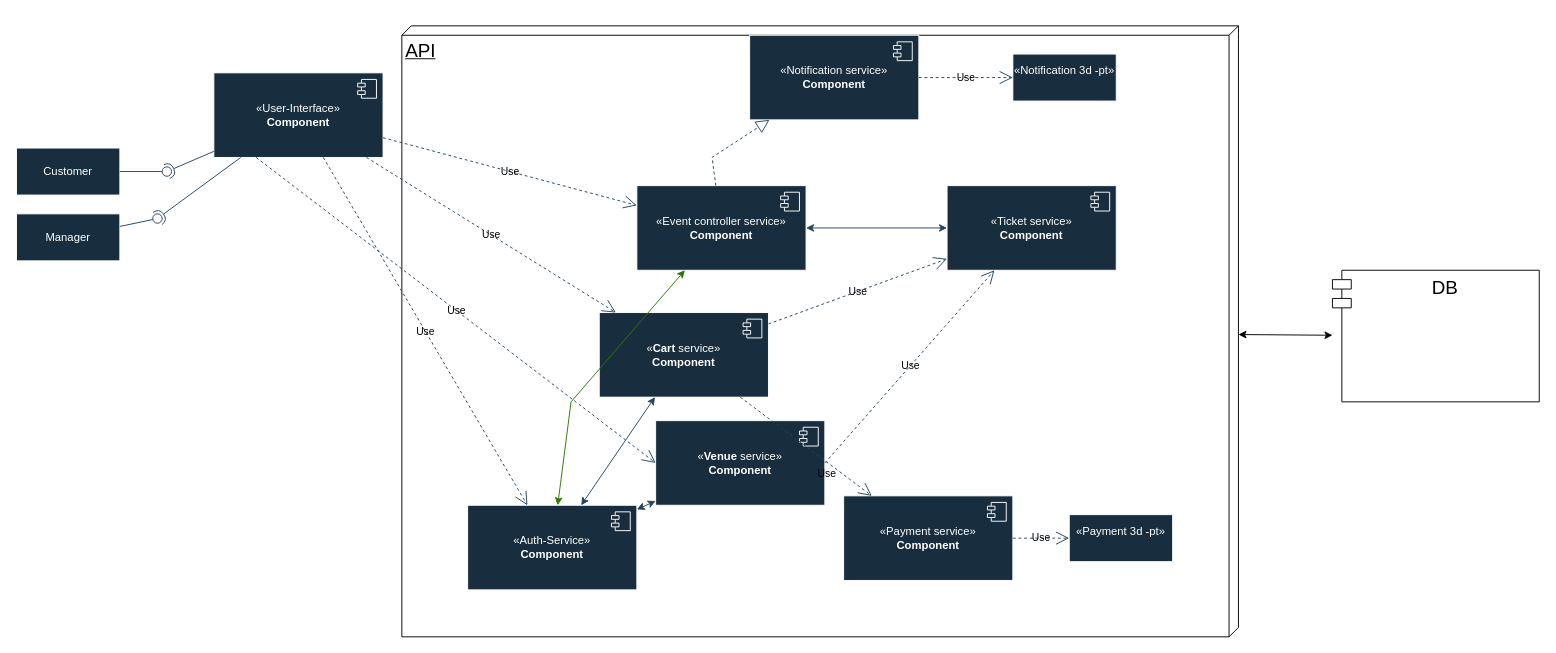
Above: componentDiagram.drawio in MykytaSin/Mentoring-ProgramDiagrams (draw.io), before the change. Source tidied: cells renumbered, new cells numbered last; positions are measured from the earlier drawing's top-left corner, leaving out a move shared by most shapes. Both pictures are drawn from the tidied source at 94%, with x=0, y=0 at pixel (16, 25).
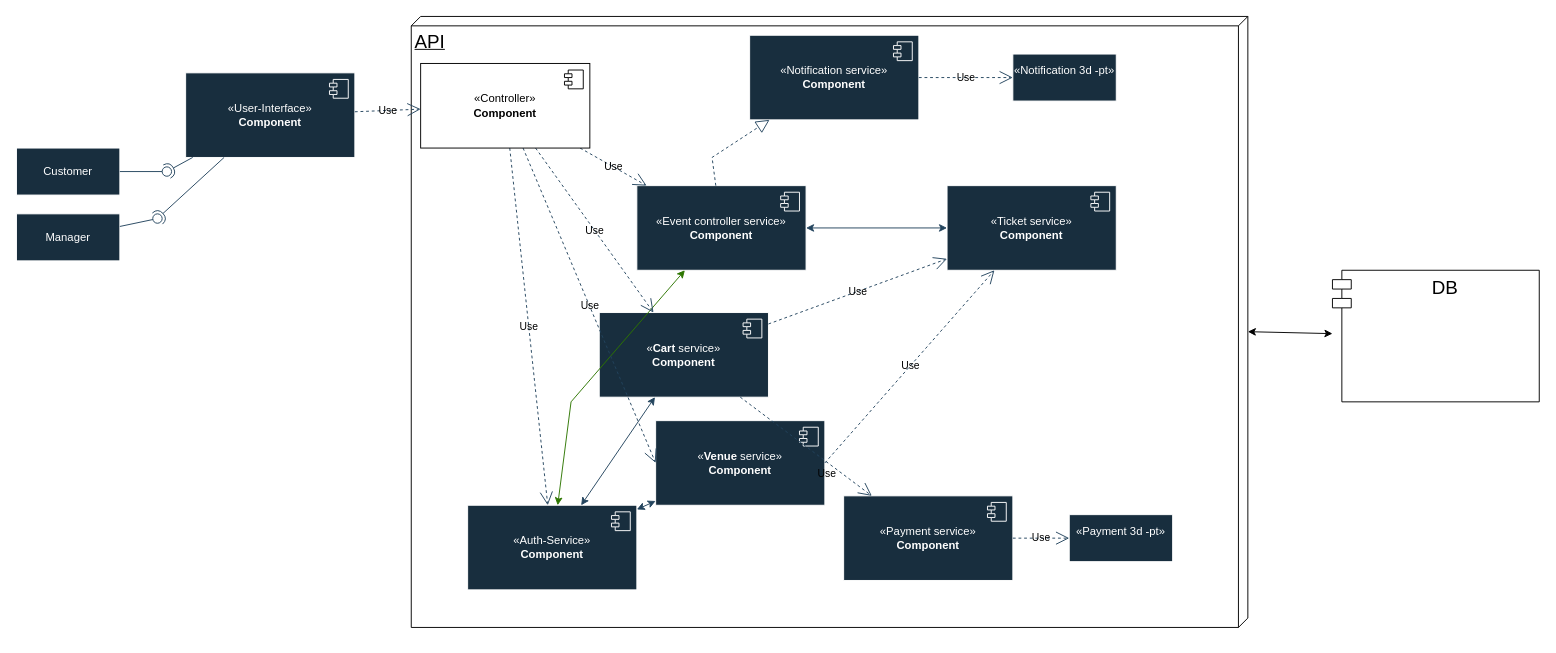
Above is the later version.

Commit message (it also covers changes not shown here):
Component diagram

The change refers to these unchanged cells:
```xml
<mxCell id="5" value="«Event controller service»&lt;br&gt;&lt;b&gt;Component&lt;/b&gt;" style="html=1;whiteSpace=wrap;labelBackgroundColor=none;fillColor=#182E3E;strokeColor=#FFFFFF;fontColor=#FFFFFF;" parent="1" vertex="1">
  <mxGeometry x="660" y="170" width="180" height="90" as="geometry" />
</mxCell>
<mxCell id="9" value="«&lt;strong&gt;Venue&lt;/strong&gt;&amp;nbsp;service»&lt;br&gt;&lt;b&gt;Component&lt;/b&gt;" style="html=1;whiteSpace=wrap;labelBackgroundColor=none;fillColor=#182E3E;strokeColor=#FFFFFF;fontColor=#FFFFFF;" parent="1" vertex="1">
  <mxGeometry x="680" y="420" width="180" height="90" as="geometry" />
</mxCell>
<mxCell id="11" value="«&lt;b&gt;Cart&amp;nbsp;&lt;/b&gt;service»&lt;br&gt;&lt;b&gt;Component&lt;/b&gt;" style="html=1;whiteSpace=wrap;labelBackgroundColor=none;fillColor=#182E3E;strokeColor=#FFFFFF;fontColor=#FFFFFF;" parent="1" vertex="1">
  <mxGeometry x="620" y="305" width="180" height="90" as="geometry" />
</mxCell>
<mxCell id="23" value="«Auth-Service»&lt;br&gt;&lt;b&gt;Component&lt;/b&gt;" style="html=1;whiteSpace=wrap;labelBackgroundColor=none;fillColor=#182E3E;strokeColor=#FFFFFF;fontColor=#FFFFFF;" parent="1" vertex="1">
  <mxGeometry x="480" y="510" width="180" height="90" as="geometry" />
</mxCell>
```

Change to the diagram source:
```diff
@@
     <mxCell id="2" value="&lt;font style=&quot;font-size: 20px;&quot;&gt;API&lt;/font&gt;" style="verticalAlign=top;align=left;spacingTop=8;spacingLeft=2;spacingRight=12;shape=cube;size=10;direction=south;fontStyle=4;html=1;whiteSpace=wrap;" parent="1" vertex="1">
-      <mxGeometry x="410" width="890" height="650" as="geometry" />
+      <mxGeometry x="420" y="-10" width="890" height="650" as="geometry" />
     </mxCell>
     <mxCell id="3" value="«User-Interface»&lt;br&gt;&lt;b&gt;Component&lt;/b&gt;" style="html=1;whiteSpace=wrap;labelBackgroundColor=none;fillColor=#182E3E;strokeColor=#FFFFFF;fontColor=#FFFFFF;" parent="1" vertex="1">
-      <mxGeometry x="210" y="50" width="180" height="90" as="geometry" />
+      <mxGeometry x="180" y="50" width="180" height="90" as="geometry" />
     </mxCell>
@@
-    <mxCell id="26" value="Use" style="endArrow=open;endSize=12;dashed=1;html=1;rounded=0;labelBackgroundColor=none;strokeColor=#23445D;fontColor=default;" parent="1" edge="1" source="3" target="23">
+    <mxCell id="26" value="Use" style="endArrow=open;endSize=12;dashed=1;html=1;rounded=0;labelBackgroundColor=none;strokeColor=#23445D;fontColor=default;" parent="1" edge="1" source="45" target="23">
       <mxGeometry relative="1" as="geometry" />
     </mxCell>
-    <mxCell id="27" value="Use" style="endArrow=open;endSize=12;dashed=1;html=1;rounded=0;labelBackgroundColor=none;strokeColor=#23445D;fontColor=default;" parent="1" edge="1" source="3" target="5">
+    <mxCell id="27" value="Use" style="endArrow=open;endSize=12;dashed=1;html=1;rounded=0;labelBackgroundColor=none;strokeColor=#23445D;fontColor=default;" parent="1" edge="1" source="45" target="5">
       <mxGeometry relative="1" as="geometry" />
     </mxCell>
@@
-    <mxCell id="31" value="Use" style="endArrow=open;endSize=12;dashed=1;html=1;rounded=0;labelBackgroundColor=none;strokeColor=#23445D;fontColor=default;" parent="1" edge="1" source="3" target="11">
+    <mxCell id="31" value="Use" style="endArrow=open;endSize=12;dashed=1;html=1;rounded=0;labelBackgroundColor=none;strokeColor=#23445D;fontColor=default;" parent="1" edge="1" source="45" target="11">
       <mxGeometry relative="1" as="geometry" />
     </mxCell>
@@
-    <mxCell id="38" value="Use" style="endArrow=open;endSize=12;dashed=1;html=1;rounded=0;exitX=0.25;exitY=1;exitDx=0;exitDy=0;entryX=0;entryY=0.5;entryDx=0;entryDy=0;labelBackgroundColor=none;strokeColor=#23445D;fontColor=default;" parent="1" edge="1" source="3" target="9">
+    <mxCell id="38" value="Use" style="endArrow=open;endSize=12;dashed=1;html=1;rounded=0;entryX=0;entryY=0.5;entryDx=0;entryDy=0;labelBackgroundColor=none;strokeColor=#23445D;fontColor=default;" parent="1" edge="1" source="45" target="9">
       <mxGeometry relative="1" as="geometry" />
     </mxCell>
@@
+    <mxCell id="45" value="«Controller»&lt;br&gt;&lt;b&gt;Component&lt;/b&gt;" style="html=1;whiteSpace=wrap;" parent="1" vertex="1">
+      <mxGeometry x="430" y="40" width="180" height="90" as="geometry" />
+    </mxCell>
+    <mxCell id="46" style="shape=module;jettyWidth=8;jettyHeight=4;" parent="45" vertex="1">
+      <mxGeometry x="1" width="20" height="20" relative="1" as="geometry">
+        <mxPoint x="-27" y="7" as="offset" />
+      </mxGeometry>
+    </mxCell>
+    <mxCell id="47" value="Use" style="endArrow=open;endSize=12;dashed=1;html=1;rounded=0;labelBackgroundColor=none;strokeColor=#23445D;fontColor=default;" parent="1" edge="1" source="3" target="45">
+      <mxGeometry relative="1" as="geometry" />
+    </mxCell>
```
